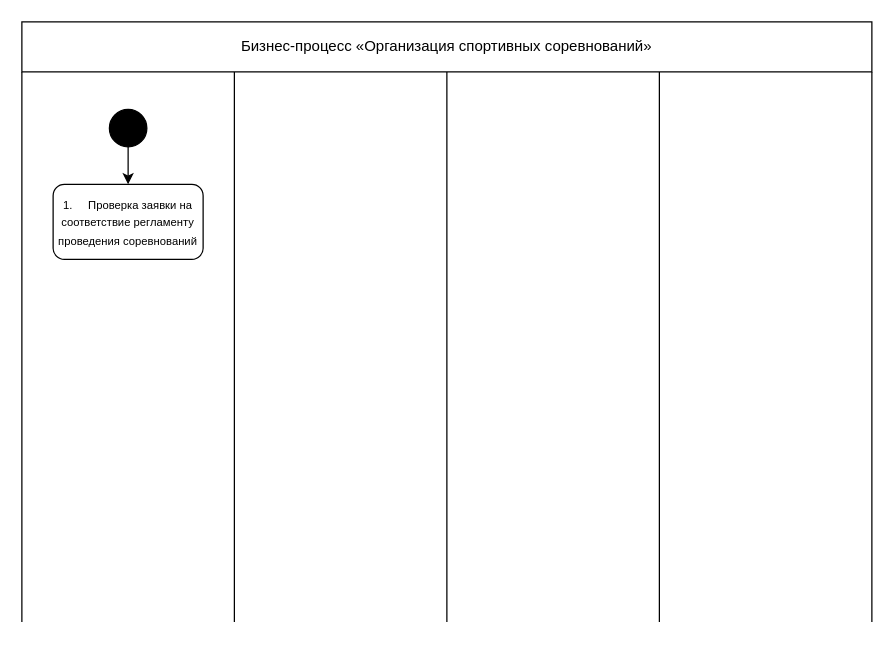
The draw.io diagram page "Деятельности" (3 of 9) of Диаграммы ИС «Спортивный комитет».drawio in antonch985/Education, before the edit. Source tidied: cells renumbered, new cells numbered last; positions are measured from the earlier drawing's top-left corner, leaving out a move shared by most shapes. Both pictures are drawn from the tidied source at 125%, with x=0, y=0 at pixel (21, 21).
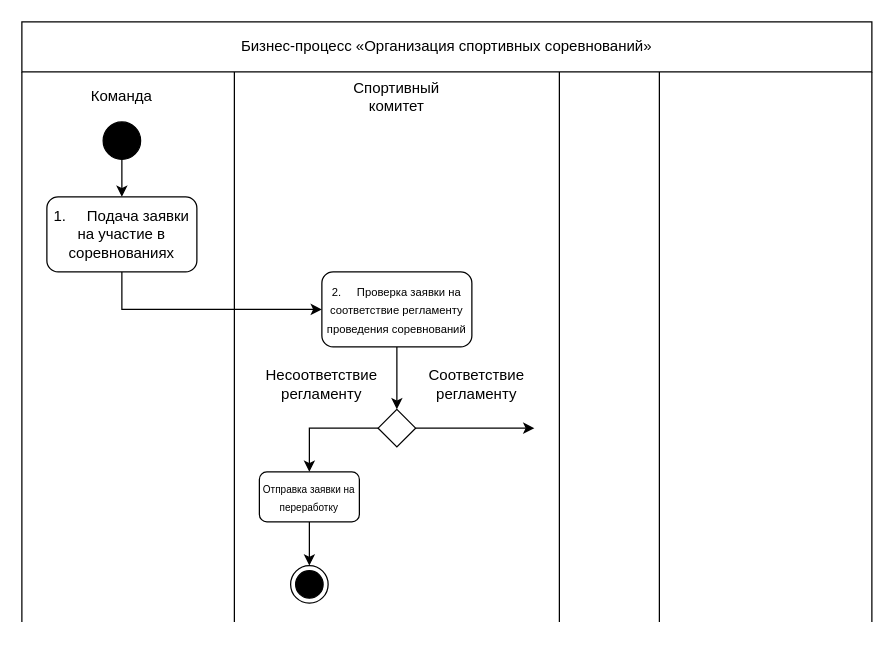
After the change.

The change refers to these unchanged cells:
```xml
<mxCell id="2" value="Бизнес-процесс «Организация спортивных соревнований»" style="rounded=0;whiteSpace=wrap;html=1;" parent="1" vertex="1">
  <mxGeometry width="680" height="40" as="geometry" />
</mxCell>
```

Change to the diagram source:
```diff
@@
-    <mxCell id="5" style="edgeStyle=orthogonalEdgeStyle;rounded=0;jettySize=auto;html=1;entryX=0.5;entryY=0;entryDx=0;entryDy=0;" parent="1" edge="1" source="6" target="7">
+    <mxCell id="5" style="edgeStyle=orthogonalEdgeStyle;rounded=0;jettySize=auto;html=1;entryX=0.5;entryY=0;entryDx=0;entryDy=0;" parent="1" edge="1" source="6" target="14">
       <mxGeometry relative="1" as="geometry" />
     </mxCell>
     <mxCell id="6" style="ellipse;whiteSpace=wrap;html=1;gradientColor=none;fillColor=#000000;" parent="1" vertex="1">
-      <mxGeometry x="70" y="70" width="30" height="30" as="geometry" />
+      <mxGeometry x="65" y="80" width="30" height="30" as="geometry" />
     </mxCell>
-    <mxCell id="7" value="&lt;font style=&quot;font-size: 9px;&quot;&gt;1.&lt;span style=&quot;white-space: pre;&quot;&gt;&#9;&lt;/span&gt;Проверка заявки на соответствие регламенту проведения соревнований&lt;/font&gt;" style="rounded=1;whiteSpace=wrap;html=1;" parent="1" vertex="1">
-      <mxGeometry x="25" y="130" width="120" height="60" as="geometry" />
+    <mxCell id="7" value="&lt;font style=&quot;font-size: 9px;&quot;&gt;2.&lt;span style=&quot;white-space: pre;&quot;&gt;&#9;&lt;/span&gt;Проверка заявки на соответствие регламенту проведения соревнований&lt;/font&gt;" style="rounded=1;whiteSpace=wrap;html=1;" parent="1" vertex="1">
+      <mxGeometry x="240" y="200" width="120" height="60" as="geometry" />
     </mxCell>
-    <mxCell id="8" style="endArrow=none;html=1;rounded=0;entryX=0.5;entryY=1;entryDx=0;entryDy=0;" parent="1" edge="1" target="2">
+    <mxCell id="8" style="endArrow=none;html=1;rounded=0;entryX=0.5;entryY=1;entryDx=0;entryDy=0;" parent="1" edge="1">
       <mxGeometry relative="1" as="geometry">
-        <mxPoint x="340" y="480" as="sourcePoint" />
+        <mxPoint x="430" y="480" as="sourcePoint" />
+        <mxPoint x="430" y="40" as="targetPoint" />
       </mxGeometry>
     </mxCell>
@@
+    <mxCell id="11" value="Спорти&lt;span style=&quot;background-color: transparent; color: light-dark(rgb(0, 0, 0), rgb(255, 255, 255));&quot;&gt;вный комитет&lt;/span&gt;" style="text;html=1;whiteSpace=wrap;strokeColor=none;fillColor=none;align=center;verticalAlign=middle;rounded=0;" parent="1" vertex="1">
+      <mxGeometry x="260" y="40" width="80" height="40" as="geometry" />
+    </mxCell>
+    <mxCell id="12" value="Команда" style="text;html=1;whiteSpace=wrap;strokeColor=none;fillColor=none;align=center;verticalAlign=middle;rounded=0;" parent="1" vertex="1">
+      <mxGeometry x="40" y="40" width="80" height="40" as="geometry" />
+    </mxCell>
+    <mxCell id="13" style="edgeStyle=orthogonalEdgeStyle;rounded=0;jettySize=auto;html=1;entryX=0;entryY=0.5;entryDx=0;entryDy=0;" parent="1" edge="1" source="14" target="7">
+      <mxGeometry relative="1" as="geometry">
+        <Array as="points">
+          <mxPoint x="80" y="230" />
+        </Array>
+      </mxGeometry>
+    </mxCell>
+    <mxCell id="14" value="&lt;font&gt;1.&lt;span style=&quot;white-space: pre;&quot;&gt;&#9;&lt;/span&gt;Подача заявки на участие в соревнованиях&lt;/font&gt;" style="rounded=1;whiteSpace=wrap;html=1;" parent="1" vertex="1">
+      <mxGeometry x="20" y="140" width="120" height="60" as="geometry" />
+    </mxCell>
+    <mxCell id="15" style="edgeStyle=orthogonalEdgeStyle;rounded=0;jettySize=auto;html=1;entryX=0.5;entryY=0;entryDx=0;entryDy=0;" parent="1" edge="1" source="17" target="22">
+      <mxGeometry relative="1" as="geometry" />
+    </mxCell>
+    <mxCell id="16" style="edgeStyle=orthogonalEdgeStyle;rounded=0;jettySize=auto;html=1;" parent="1" edge="1" source="17">
+      <mxGeometry relative="1" as="geometry">
+        <mxPoint x="410" y="325" as="targetPoint" />
+      </mxGeometry>
+    </mxCell>
+    <mxCell id="17" style="rhombus;whiteSpace=wrap;html=1;" parent="1" vertex="1">
+      <mxGeometry x="285" y="310" width="30" height="30" as="geometry" />
+    </mxCell>
+    <mxCell id="18" style="edgeStyle=none;rounded=0;jettySize=auto;html=1;entryX=0.5;entryY=0;entryDx=0;entryDy=0;" parent="1" edge="1" source="7" target="17">
+      <mxGeometry relative="1" as="geometry" />
+    </mxCell>
+    <mxCell id="19" style="ellipse;html=1;shape=endState;fillColor=#000000;strokeColor=#000000;" parent="1" vertex="1">
+      <mxGeometry x="215" y="435" width="30" height="30" as="geometry" />
+    </mxCell>
+    <mxCell id="20" value="Несоответствие&lt;div&gt;регламенту&lt;/div&gt;" style="text;html=1;whiteSpace=wrap;strokeColor=none;fillColor=none;align=center;verticalAlign=middle;rounded=0;" parent="1" vertex="1">
+      <mxGeometry x="190" y="270" width="100" height="40" as="geometry" />
+    </mxCell>
+    <mxCell id="21" style="edgeStyle=orthogonalEdgeStyle;rounded=0;jettySize=auto;html=1;entryX=0.5;entryY=0;entryDx=0;entryDy=0;" parent="1" edge="1" source="22" target="19">
+      <mxGeometry relative="1" as="geometry" />
+    </mxCell>
+    <mxCell id="22" value="&lt;font style=&quot;font-size: 8px;&quot;&gt;Отправка заявки на переработку&lt;/font&gt;" style="rounded=1;whiteSpace=wrap;html=1;" parent="1" vertex="1">
+      <mxGeometry x="190" y="360" width="80" height="40" as="geometry" />
+    </mxCell>
+    <mxCell id="23" value="Соответствие регламенту" style="text;html=1;whiteSpace=wrap;strokeColor=none;fillColor=none;align=center;verticalAlign=middle;rounded=0;" parent="1" vertex="1">
+      <mxGeometry x="334" y="275" width="60" height="30" as="geometry" />
+    </mxCell>
```
